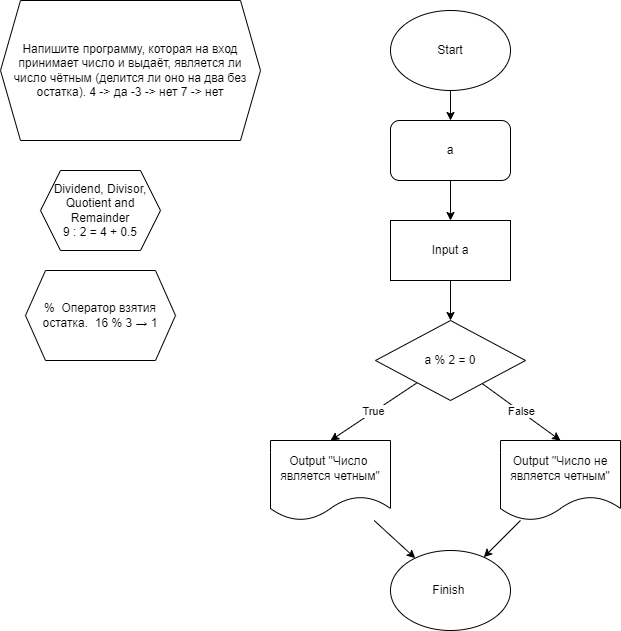
Before: Ex003_Input1Number_GetIfNumberEven/diagram3.drawio.png, a diagram exported from draw.io (alyona-it/C-_Homework_Sem1). Source tidied: cells renumbered, new cells last; positions are measured from the earlier drawing's top-left corner, leaving out a move shared by most shapes.
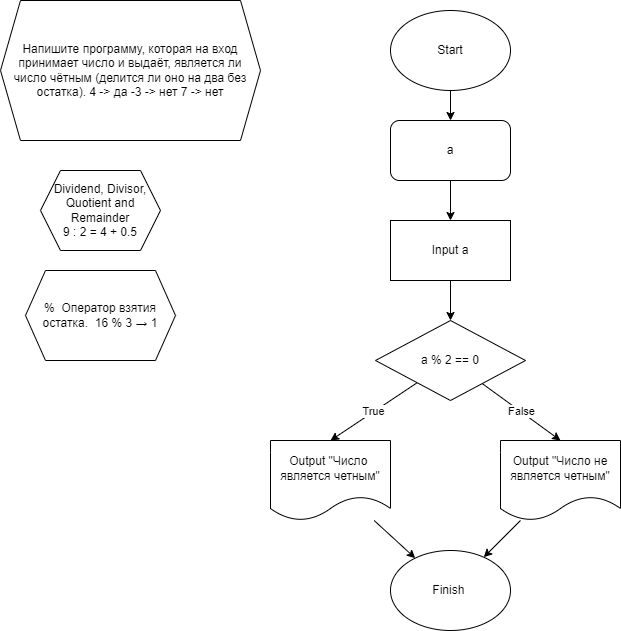
The same file after the commit.

The edit, as a diff of the source:
```diff
@@ -35,7 +35,7 @@
     <mxCell id="12" value="False" style="edgeStyle=none;html=1;entryX=0.5;entryY=0;entryDx=0;entryDy=0;" parent="1" edge="1" source="13" target="17">
       <mxGeometry relative="1" as="geometry" />
     </mxCell>
-    <mxCell id="13" value="a % 2 = 0" style="rhombus;whiteSpace=wrap;html=1;" parent="1" vertex="1">
+    <mxCell id="13" value="a % 2 == 0" style="rhombus;whiteSpace=wrap;html=1;" parent="1" vertex="1">
       <mxGeometry x="375" y="320" width="150" height="80" as="geometry" />
     </mxCell>
     <mxCell id="14" style="edgeStyle=none;html=1;" parent="1" edge="1" source="15" target="18">
```
